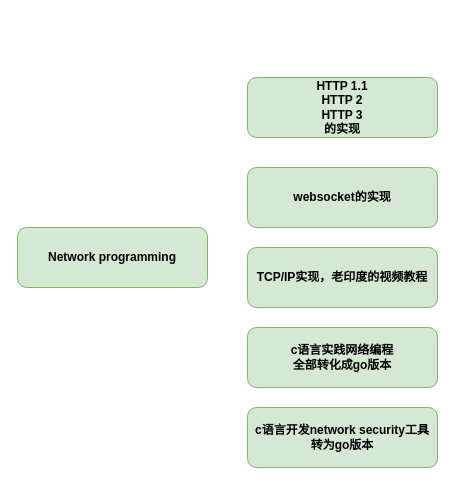
Earlier version of the draw.io diagram skill_needed.drawio (baoqger/drawing.io). Source tidied: cells renumbered, new cells numbered last; positions are measured from the earlier drawing's top-left corner, leaving out a move shared by most shapes. Both pictures are drawn from the tidied source at 100%, with x=0, y=0 at pixel (17, 77).
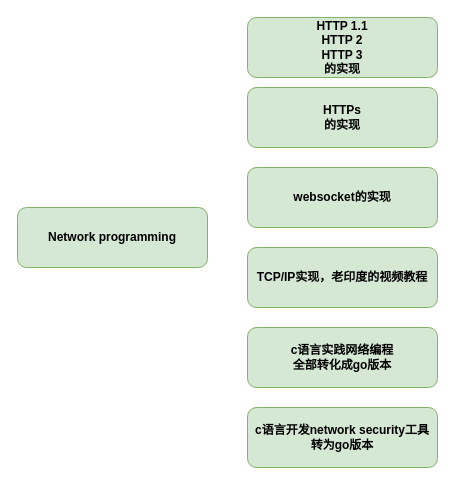
The same page after the edit.

What changed in the source:
```diff
@@
 <mxGraphModel>
   <root>
     <mxCell id="0" />
     <mxCell id="1" parent="0" />
     <mxCell id="2" value="Network programming" style="rounded=1;whiteSpace=wrap;html=1;fillColor=#d5e8d4;strokeColor=#82b366;fontStyle=1;" parent="1" vertex="1">
-      <mxGeometry y="150" width="190" height="60" as="geometry" />
+      <mxGeometry y="130" width="190" height="60" as="geometry" />
     </mxCell>
     <mxCell id="3" value="HTTP 1.1&lt;br&gt;HTTP 2&lt;br&gt;HTTP 3&lt;br&gt;的实现" style="rounded=1;whiteSpace=wrap;html=1;fillColor=#d5e8d4;strokeColor=#82b366;fontStyle=1;" parent="1" vertex="1">
-      <mxGeometry x="230" width="190" height="60" as="geometry" />
+      <mxGeometry x="230" y="-60" width="190" height="60" as="geometry" />
     </mxCell>
     <mxCell id="4" value="c语言实践网络编程&lt;br&gt;全部转化成go版本" style="rounded=1;whiteSpace=wrap;html=1;fillColor=#d5e8d4;strokeColor=#82b366;fontStyle=1;" parent="1" vertex="1">
       <mxGeometry x="230" y="250" width="190" height="60" as="geometry" />
     </mxCell>
     <mxCell id="5" value="websocket的实现" style="rounded=1;whiteSpace=wrap;html=1;fillColor=#d5e8d4;strokeColor=#82b366;fontStyle=1;" parent="1" vertex="1">
       <mxGeometry x="230" y="90" width="190" height="60" as="geometry" />
     </mxCell>
     <mxCell id="6" value="c语言开发network security工具&lt;br&gt;转为go版本" style="rounded=1;whiteSpace=wrap;html=1;fillColor=#d5e8d4;strokeColor=#82b366;fontStyle=1;" parent="1" vertex="1">
       <mxGeometry x="230" y="330" width="190" height="60" as="geometry" />
     </mxCell>
     <mxCell id="7" value="TCP/IP实现，老印度的视频教程" style="rounded=1;whiteSpace=wrap;html=1;fillColor=#d5e8d4;strokeColor=#82b366;fontStyle=1;" parent="1" vertex="1">
       <mxGeometry x="230" y="170" width="190" height="60" as="geometry" />
     </mxCell>
+    <mxCell id="8" value="HTTPs&lt;br&gt;的实现" style="rounded=1;whiteSpace=wrap;html=1;fillColor=#d5e8d4;strokeColor=#82b366;fontStyle=1;" parent="1" vertex="1">
+      <mxGeometry x="230" y="10" width="190" height="60" as="geometry" />
+    </mxCell>
   </root>
 </mxGraphModel>
```
